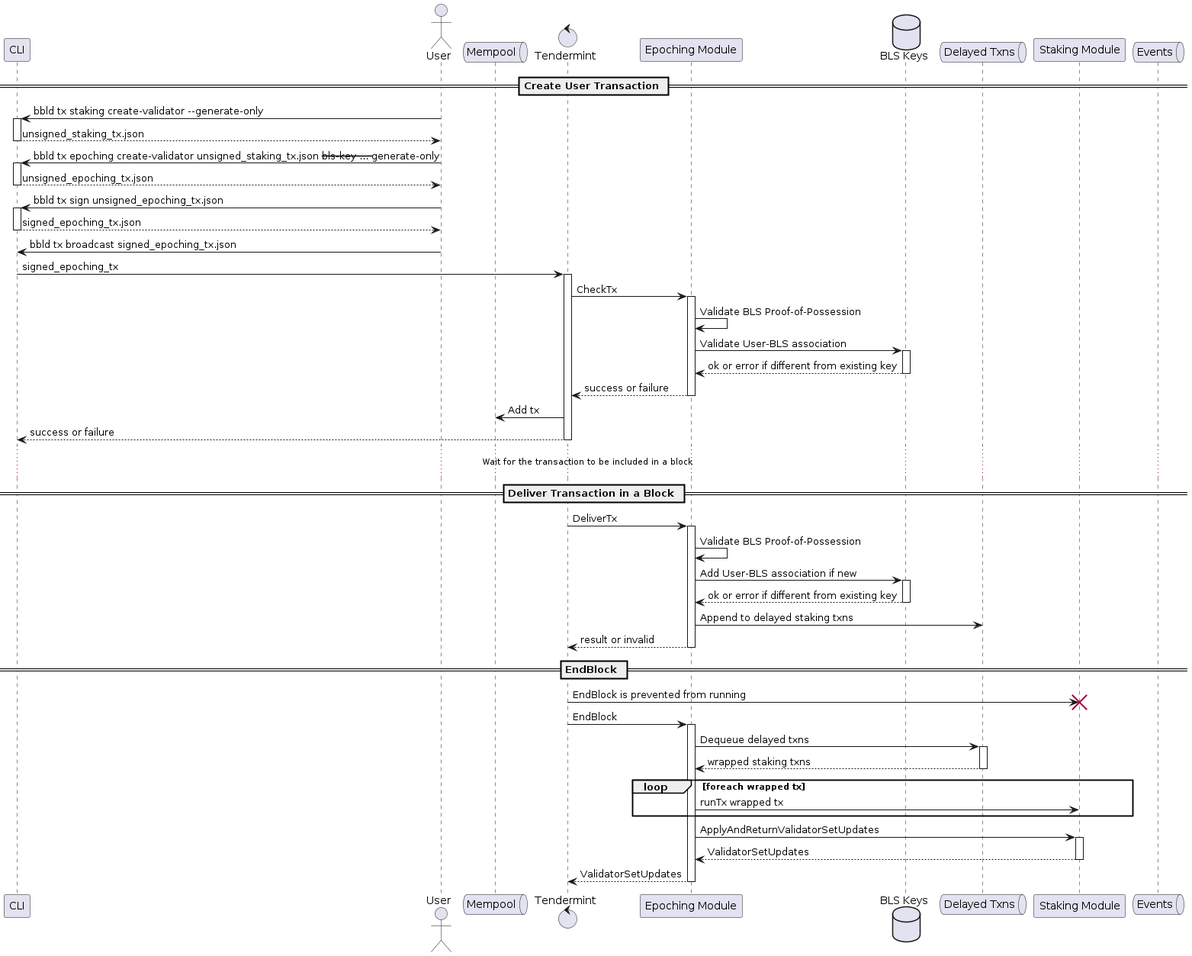
Before: docs/diagrams/validator_registration.png, a diagram exported from PlantUML (babylonchain/babylon).
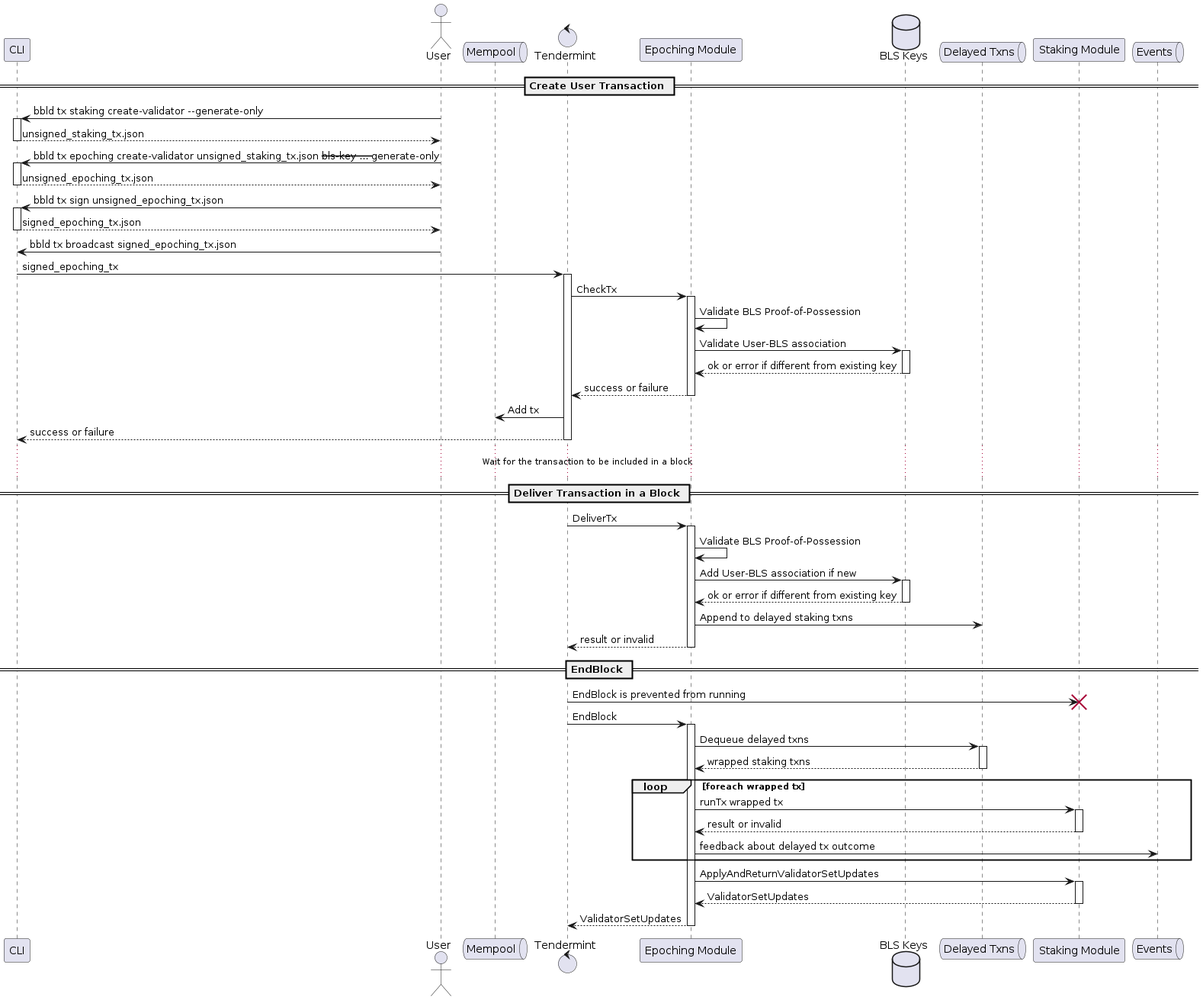
Above is the later version.

Commit message:
BM-4: Add delayed outcome to events.

Change to the diagram source:
```diff
@@ -47,7 +47,9 @@
 epoching -> delayedtx ++ : Dequeue delayed txns
 return wrapped staking txns
 loop foreach wrapped tx
-  epoching -> staking: runTx wrapped tx
+  epoching -> staking ++ : runTx wrapped tx
+  return result or invalid
+  epoching -> Events : feedback about delayed tx outcome
 end
 epoching -> staking ++ : ApplyAndReturnValidatorSetUpdates
 return ValidatorSetUpdates
```
